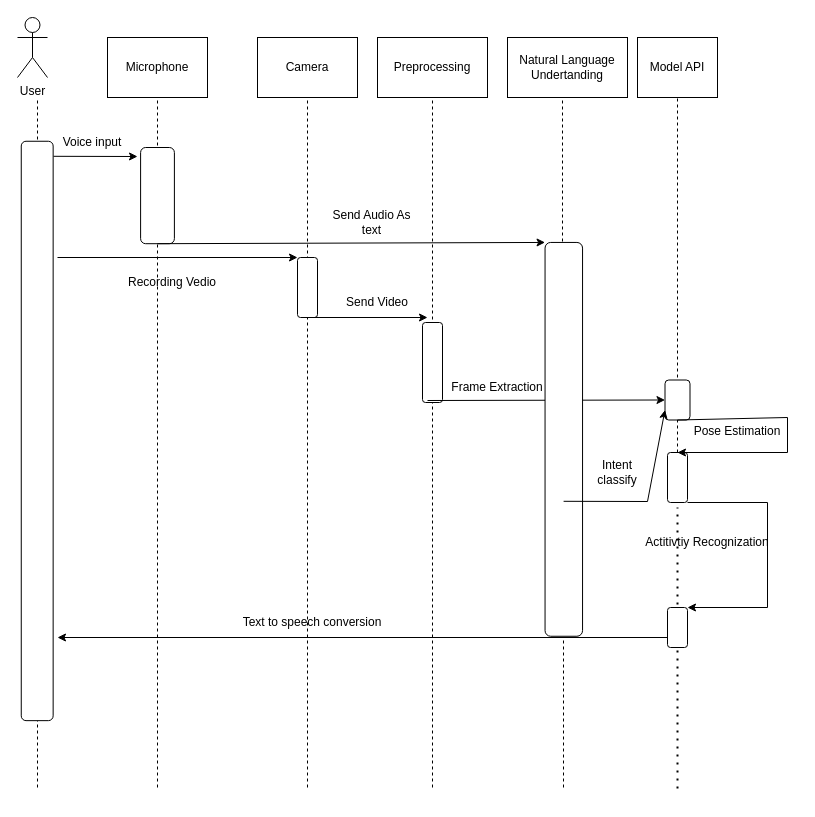
Before: SequenceDaigram.drawio in ahmad2001hotmailyahoo/ahmad-arc, a draw.io diagram. Source tidied: cells renumbered, new cells numbered last; positions are measured from the earlier drawing's top-left corner, leaving out a move shared by most shapes. Both pictures are drawn from the tidied source at 100%, with x=0, y=0 at pixel (-253, 17).
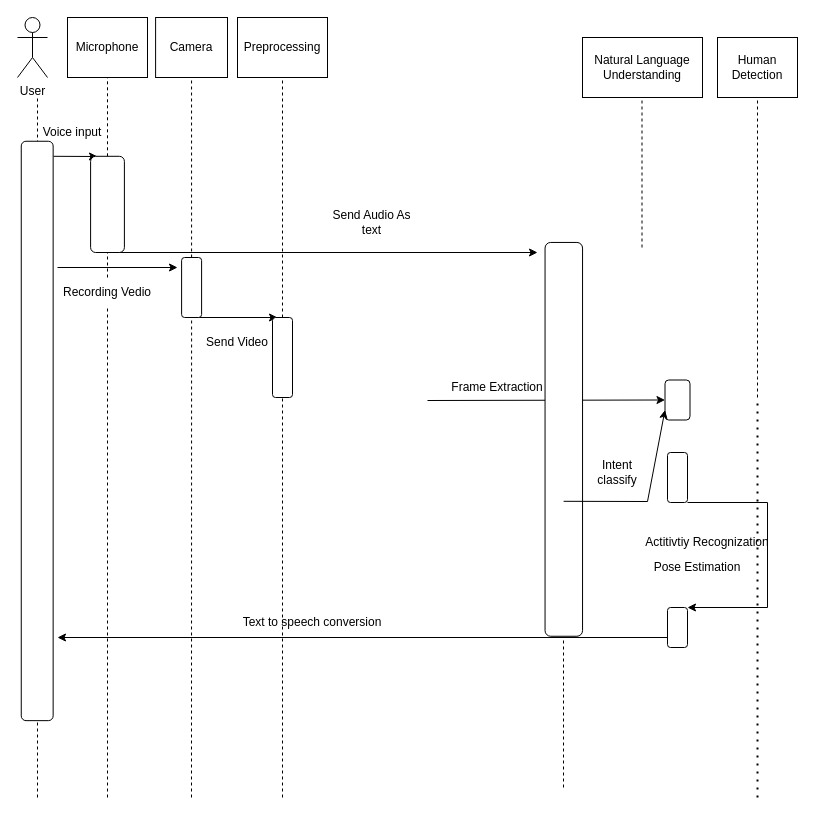
Above is the later version.

Unchanged cells that the change refers to:
```xml
<mxCell id="19" style="rounded=1;whiteSpace=wrap;html=1;rotation=-90;" parent="1" vertex="1">
  <mxGeometry x="910" y="370" width="40" height="25" as="geometry" />
</mxCell>
<mxCell id="25" style="rounded=1;whiteSpace=wrap;html=1;rotation=90;" parent="1" vertex="1">
  <mxGeometry y="397.5" width="579.4" height="31.9" as="geometry" />
</mxCell>
<mxCell id="33" style="rounded=1;whiteSpace=wrap;html=1;rotation=90;" parent="1" vertex="1">
  <mxGeometry x="619.4" y="403.1" width="393.8" height="37.5" as="geometry" />
</mxCell>
<mxCell id="35" style="rounded=1;whiteSpace=wrap;html=1;rotation=90;" parent="1" vertex="1">
  <mxGeometry x="905" y="450" width="50" height="20" as="geometry" />
</mxCell>
```

Diff of the diagram source:
```diff
@@
     <mxCell id="2" value="Microphone" style="rounded=0;whiteSpace=wrap;html=1;" parent="1" vertex="1">
-      <mxGeometry x="360" y="20" width="100" height="60" as="geometry" />
+      <mxGeometry x="320" width="80" height="60" as="geometry" />
     </mxCell>
     <mxCell id="3" value="Camera" style="rounded=0;whiteSpace=wrap;html=1;" parent="1" vertex="1">
-      <mxGeometry x="510" y="20" width="100" height="60" as="geometry" />
+      <mxGeometry x="408.1" width="71.9" height="60" as="geometry" />
     </mxCell>
     <mxCell id="4" value="Preprocessing" style="rounded=0;whiteSpace=wrap;html=1;" parent="1" vertex="1">
-      <mxGeometry x="630" y="20" width="110" height="60" as="geometry" />
+      <mxGeometry x="490" width="90" height="60" as="geometry" />
     </mxCell>
-    <mxCell id="5" value="Model API" style="rounded=0;whiteSpace=wrap;html=1;" parent="1" vertex="1">
-      <mxGeometry x="890" y="20" width="80" height="60" as="geometry" />
+    <mxCell id="5" value="Human Detection" style="rounded=0;whiteSpace=wrap;html=1;" parent="1" vertex="1">
+      <mxGeometry x="970" y="20" width="80" height="60" as="geometry" />
     </mxCell>
     <mxCell id="6" style="endArrow=none;dashed=1;html=1;rounded=0;entryX=0.5;entryY=1;entryDx=0;entryDy=0;" parent="1" edge="1">
       <mxGeometry relative="1" as="geometry">
-        <mxPoint x="290" y="770" as="sourcePoint" />
+        <mxPoint x="290" y="780" as="sourcePoint" />
         <mxPoint x="290" y="80" as="targetPoint" />
       </mxGeometry>
     </mxCell>
-    <mxCell id="7" style="endArrow=none;dashed=1;html=1;rounded=0;entryX=0.5;entryY=1;entryDx=0;entryDy=0;" parent="1" edge="1" target="2">
-      <mxGeometry relative="1" as="geometry">
-        <mxPoint x="410" y="770" as="sourcePoint" />
-      </mxGeometry>
+    <mxCell id="7" style="endArrow=none;dashed=1;html=1;rounded=0;entryX=0.5;entryY=1;entryDx=0;entryDy=0;startArrow=none;" parent="1" edge="1" source="26" target="2">
+      <mxGeometry relative="1" as="geometry" />
     </mxCell>
-    <mxCell id="8" style="endArrow=none;dashed=1;html=1;rounded=0;entryX=0.5;entryY=1;entryDx=0;entryDy=0;" parent="1" edge="1" target="3">
-      <mxGeometry relative="1" as="geometry">
-        <mxPoint x="560" y="770" as="sourcePoint" />
-      </mxGeometry>
+    <mxCell id="8" style="endArrow=none;dashed=1;html=1;rounded=0;entryX=0.5;entryY=1;entryDx=0;entryDy=0;startArrow=none;" parent="1" edge="1" source="13" target="3">
+      <mxGeometry relative="1" as="geometry" />
     </mxCell>
     <mxCell id="9" style="endArrow=none;dashed=1;html=1;rounded=0;entryX=0.5;entryY=1;entryDx=0;entryDy=0;" parent="1" edge="1" target="4">
       <mxGeometry relative="1" as="geometry">
-        <mxPoint x="685" y="770" as="sourcePoint" />
+        <mxPoint x="535" y="780" as="sourcePoint" />
       </mxGeometry>
     </mxCell>
     <mxCell id="10" style="endArrow=none;dashed=1;html=1;rounded=0;entryX=0.5;entryY=1;entryDx=0;entryDy=0;startArrow=none;" parent="1" edge="1" target="5">
       <mxGeometry relative="1" as="geometry">
-        <mxPoint x="930" y="360" as="sourcePoint" />
+        <mxPoint x="1010" y="380" as="sourcePoint" />
         <Array as="points">
-          <mxPoint x="930" y="350" />
+          <mxPoint x="1010" y="360" />
         </Array>
       </mxGeometry>
     </mxCell>
-    <mxCell id="11" style="endArrow=classic;html=1;rounded=0;entryX=0;entryY=1;entryDx=0;entryDy=0;" parent="1" edge="1" target="13">
+    <mxCell id="11" style="endArrow=classic;html=1;rounded=0;" parent="1" edge="1">
       <mxGeometry relative="1" as="geometry">
-        <mxPoint x="310" y="240" as="sourcePoint" />
+        <mxPoint x="310" y="250" as="sourcePoint" />
+        <mxPoint x="430" y="250" as="targetPoint" />
       </mxGeometry>
     </mxCell>
-    <mxCell id="12" value="Recording Vedio" style="text;html=1;strokeColor=none;fillColor=none;align=center;verticalAlign=middle;whiteSpace=wrap;rounded=0;" parent="1" vertex="1">
-      <mxGeometry x="350" y="250" width="150" height="30" as="geometry" />
-    </mxCell>
-    <mxCell id="13" style="rounded=1;whiteSpace=wrap;html=1;rotation=90;" parent="1" vertex="1">
-      <mxGeometry x="530" y="260" width="60" height="20" as="geometry" />
-    </mxCell>
-    <mxCell id="14" style="endArrow=classic;html=1;rounded=0;exitX=1;exitY=0.5;exitDx=0;exitDy=0;" parent="1" edge="1" source="13">
-      <mxGeometry relative="1" as="geometry">
-        <mxPoint x="680" y="300" as="targetPoint" />
-      </mxGeometry>
+    <mxCell id="14" style="endArrow=classic;html=1;rounded=0;exitX=1;exitY=0.5;exitDx=0;exitDy=0;entryX=0;entryY=0.75;entryDx=0;entryDy=0;" parent="1" edge="1" source="13" target="16">
+      <mxGeometry relative="1" as="geometry" />
     </mxCell>
     <mxCell id="15" value="Send Video" style="text;html=1;strokeColor=none;fillColor=none;align=center;verticalAlign=middle;whiteSpace=wrap;rounded=0;" parent="1" vertex="1">
-      <mxGeometry x="570" y="270" width="120" height="30" as="geometry" />
+      <mxGeometry x="430" y="310" width="120" height="30" as="geometry" />
     </mxCell>
     <mxCell id="16" style="rounded=1;whiteSpace=wrap;html=1;rotation=90;" parent="1" vertex="1">
-      <mxGeometry x="645" y="335" width="80" height="20" as="geometry" />
+      <mxGeometry x="495" y="330" width="80" height="20" as="geometry" />
     </mxCell>
@@
-    <mxCell id="20" style="endArrow=none;dashed=1;html=1;rounded=0;entryX=0;entryY=0.5;entryDx=0;entryDy=0;startArrow=none;" parent="1" edge="1" source="35" target="19">
-      <mxGeometry relative="1" as="geometry" />
-    </mxCell>
@@
     <mxCell id="22" value="Pose Estimation" style="text;html=1;strokeColor=none;fillColor=none;align=center;verticalAlign=middle;whiteSpace=wrap;rounded=0;" parent="1" vertex="1">
-      <mxGeometry x="930" y="399.4" width="120" height="30" as="geometry" />
+      <mxGeometry x="890" y="535" width="120" height="30" as="geometry" />
     </mxCell>
@@
-    <mxCell id="26" style="rounded=1;whiteSpace=wrap;html=1;rotation=90;" parent="1" vertex="1">
-      <mxGeometry x="361.9" y="161.2" width="96.2" height="33.8" as="geometry" />
-    </mxCell>
     <mxCell id="27" style="endArrow=classic;html=1;rounded=0;exitX=0.026;exitY=-0.011;exitDx=0;exitDy=0;exitPerimeter=0;" parent="1" edge="1" source="25">
       <mxGeometry relative="1" as="geometry">
-        <mxPoint x="390" y="139" as="targetPoint" />
+        <mxPoint x="350" y="139" as="targetPoint" />
       </mxGeometry>
     </mxCell>
     <mxCell id="28" value="Voice input" style="text;html=1;strokeColor=none;fillColor=none;align=center;verticalAlign=middle;whiteSpace=wrap;rounded=0;" parent="1" vertex="1">
-      <mxGeometry x="300" y="110" width="90" height="30" as="geometry" />
+      <mxGeometry x="280" y="100" width="90" height="30" as="geometry" />
     </mxCell>
@@
     <mxCell id="30" style="endArrow=none;dashed=1;html=1;rounded=0;entryX=0.5;entryY=1;entryDx=0;entryDy=0;startArrow=none;" parent="1" edge="1">
       <mxGeometry relative="1" as="geometry">
-        <mxPoint x="815" y="230" as="sourcePoint" />
-        <mxPoint x="815" y="80" as="targetPoint" />
+        <mxPoint x="894.5" y="230" as="sourcePoint" />
+        <mxPoint x="894.5" y="80" as="targetPoint" />
       </mxGeometry>
     </mxCell>
-    <mxCell id="31" style="endArrow=classic;html=1;rounded=0;entryX=0;entryY=1;entryDx=0;entryDy=0;exitX=1;exitY=0.5;exitDx=0;exitDy=0;" parent="1" edge="1" source="26" target="33">
-      <mxGeometry relative="1" as="geometry" />
+    <mxCell id="31" style="endArrow=classic;html=1;rounded=0;exitX=1;exitY=0.5;exitDx=0;exitDy=0;" parent="1" edge="1" source="26">
+      <mxGeometry relative="1" as="geometry">
+        <mxPoint x="790" y="235" as="targetPoint" />
+      </mxGeometry>
     </mxCell>
@@
-    <mxCell id="34" value="Natural Language Undertanding" style="rounded=0;whiteSpace=wrap;html=1;" parent="1" vertex="1">
-      <mxGeometry x="760" y="20" width="120" height="60" as="geometry" />
+    <mxCell id="34" value="Natural Language Understanding" style="rounded=0;whiteSpace=wrap;html=1;" parent="1" vertex="1">
+      <mxGeometry x="835" y="20" width="120" height="60" as="geometry" />
     </mxCell>
@@
-    <mxCell id="36" style="endArrow=classic;html=1;rounded=0;exitX=0;exitY=0.5;exitDx=0;exitDy=0;entryX=0;entryY=0.5;entryDx=0;entryDy=0;" parent="1" edge="1" source="19" target="35">
-      <mxGeometry relative="1" as="geometry">
-        <Array as="points">
-          <mxPoint x="1040" y="400" />
-          <mxPoint x="1040" y="435" />
-        </Array>
-      </mxGeometry>
-    </mxCell>
     <mxCell id="37" style="endArrow=none;dashed=1;html=1;dashPattern=1 3;strokeWidth=2;rounded=0;" parent="1" edge="1">
       <mxGeometry relative="1" as="geometry">
-        <mxPoint x="930" y="771" as="sourcePoint" />
-        <mxPoint x="930" y="490" as="targetPoint" />
+        <mxPoint x="1010" y="780" as="sourcePoint" />
+        <mxPoint x="1010" y="380" as="targetPoint" />
       </mxGeometry>
     </mxCell>
@@
+    <mxCell id="43" style="endArrow=none;dashed=1;html=1;rounded=0;startArrow=none;" parent="1" edge="1" source="12">
+      <mxGeometry relative="1" as="geometry">
+        <mxPoint x="360" y="230" as="targetPoint" />
+      </mxGeometry>
+    </mxCell>
+    <mxCell id="26" style="rounded=1;whiteSpace=wrap;html=1;rotation=90;" parent="1" vertex="1">
+      <mxGeometry x="311.9" y="170" width="96.2" height="33.8" as="geometry" />
+    </mxCell>
+    <mxCell id="44" style="endArrow=none;dashed=1;html=1;rounded=0;" parent="1" edge="1" target="12">
+      <mxGeometry relative="1" as="geometry">
+        <mxPoint x="360" y="780" as="sourcePoint" />
+      </mxGeometry>
+    </mxCell>
+    <mxCell id="12" value="Recording Vedio" style="text;html=1;strokeColor=none;fillColor=none;align=center;verticalAlign=middle;whiteSpace=wrap;rounded=0;" parent="1" vertex="1">
+      <mxGeometry x="305" y="260" width="110" height="30" as="geometry" />
+    </mxCell>
+    <mxCell id="45" style="endArrow=none;dashed=1;html=1;rounded=0;entryX=1;entryY=0.5;entryDx=0;entryDy=0;" parent="1" edge="1" target="13">
+      <mxGeometry relative="1" as="geometry">
+        <mxPoint x="444" y="780" as="sourcePoint" />
+      </mxGeometry>
+    </mxCell>
+    <mxCell id="13" style="rounded=1;whiteSpace=wrap;html=1;rotation=90;" parent="1" vertex="1">
+      <mxGeometry x="414.1" y="260" width="60" height="20" as="geometry" />
+    </mxCell>
```
